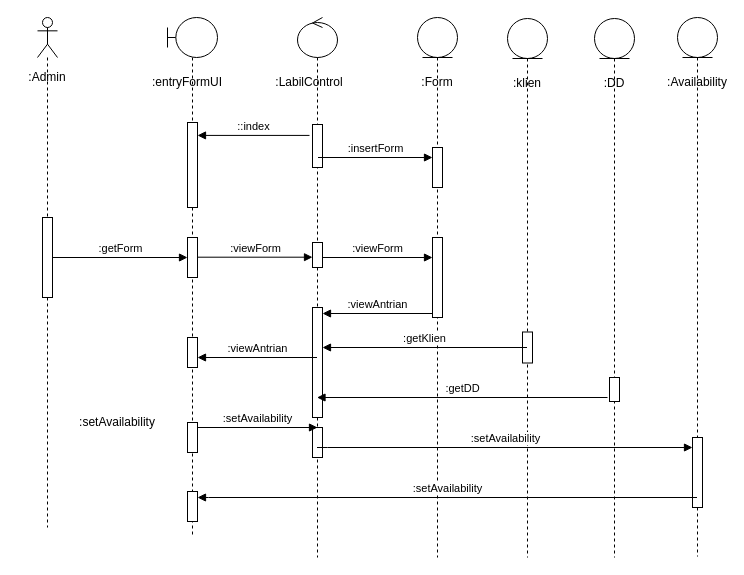
This is Mini-Proj/Seq-MM-2.drawio from mahesri/uml_ads_sms3, a draw.io file, before an edit. Source tidied: cells renumbered, new cells numbered last; positions are measured from the earlier drawing's top-left corner, leaving out a move shared by most shapes. Both pictures are drawn from the tidied source at 100%, with x=0, y=0 at pixel (17, 17).
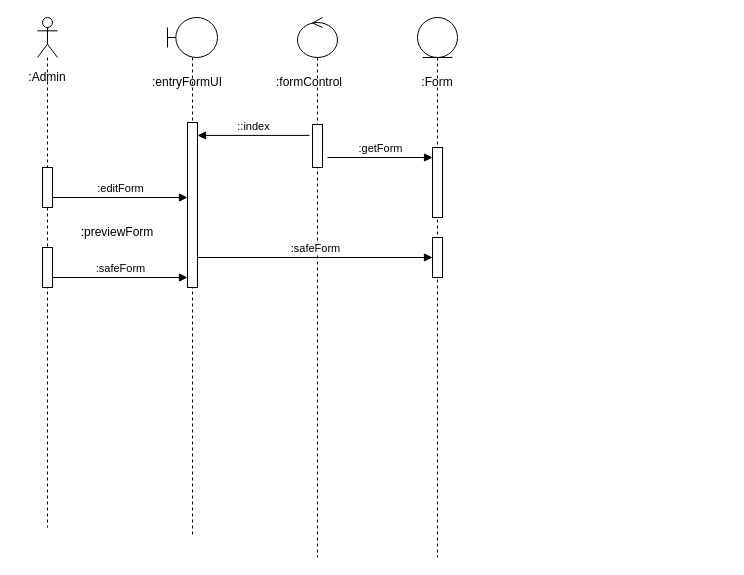
After the change.

Unchanged cells that the change refers to:
```xml
<mxCell id="2" style="shape=umlLifeline;perimeter=lifelinePerimeter;whiteSpace=wrap;html=1;newEdgeStyle={&quot;curved&quot;:0,&quot;rounded&quot;:0};participant=umlActor;" parent="1" vertex="1">
  <mxGeometry x="20" width="20" height="510" as="geometry" />
</mxCell>
<mxCell id="5" style="shape=umlLifeline;perimeter=lifelinePerimeter;whiteSpace=wrap;html=1;outlineConnect=0;portConstraint=eastwest;newEdgeStyle={&quot;curved&quot;:0,&quot;rounded&quot;:0};participant=umlBoundary;" parent="1" vertex="1">
  <mxGeometry x="150" width="50" height="520" as="geometry" />
</mxCell>
<mxCell id="10" style="shape=umlLifeline;perimeter=lifelinePerimeter;whiteSpace=wrap;html=1;outlineConnect=0;portConstraint=eastwest;newEdgeStyle={&quot;curved&quot;:0,&quot;rounded&quot;:0};participant=umlControl;" parent="1" vertex="1">
  <mxGeometry x="280" width="40" height="540" as="geometry" />
</mxCell>
<mxCell id="19" style="shape=umlLifeline;perimeter=lifelinePerimeter;whiteSpace=wrap;html=1;newEdgeStyle={&quot;curved&quot;:0,&quot;rounded&quot;:0};participant=umlEntity;" parent="1" vertex="1">
  <mxGeometry x="400" width="40" height="540" as="geometry" />
</mxCell>
```

Diff of the diagram source:
```diff
@@
+    <mxCell id="27" style="html=1;points=[[0,0,0,0,5],[0,1,0,0,-5],[1,0,0,0,5],[1,1,0,0,-5]];perimeter=orthogonalPerimeter;outlineConnect=0;targetShapes=umlLifeline;portConstraint=eastwest;newEdgeStyle={&quot;curved&quot;:0,&quot;rounded&quot;:0};" parent="2" vertex="1">
+      <mxGeometry x="5" y="150" width="10" height="40" as="geometry" />
+    </mxCell>
@@
-    <mxCell id="4" value=":LabilControl" style="text;html=1;strokeColor=none;fillColor=none;align=center;verticalAlign=middle;whiteSpace=wrap;rounded=0;" parent="1" vertex="1">
+    <mxCell id="4" value=":formControl" style="text;html=1;strokeColor=none;fillColor=none;align=center;verticalAlign=middle;whiteSpace=wrap;rounded=0;" parent="1" vertex="1">
       <mxGeometry x="262" y="50" width="60" height="30" as="geometry" />
     </mxCell>
@@
-    <mxCell id="6" style="html=1;points=[[0,0,0,0,5],[0,1,0,0,-5],[1,0,0,0,5],[1,1,0,0,-5]];perimeter=orthogonalPerimeter;outlineConnect=0;targetShapes=umlLifeline;portConstraint=eastwest;newEdgeStyle={&quot;curved&quot;:0,&quot;rounded&quot;:0};" parent="5" vertex="1">
-      <mxGeometry x="20" y="405" width="10" height="30" as="geometry" />
-    </mxCell>
-    <mxCell id="7" style="html=1;verticalAlign=bottom;endArrow=none;curved=0;rounded=0;endFill=0;startArrow=block;startFill=1;" parent="5" edge="1" source="5" target="6">
-      <mxGeometry relative="1" as="geometry" />
-    </mxCell>
-    <mxCell id="8" style="html=1;perimeter=orthogonalPerimeter;targetShapes=umlLifeline;newEdgeStyle={&quot;curved&quot;:0,&quot;rounded&quot;:0};" parent="5" vertex="1">
-      <mxGeometry x="20" y="474" width="10" height="30" as="geometry" />
-    </mxCell>
@@
-    <mxCell id="12" style="html=1;points=[[0,0,0,0,5],[0,1,0,0,-5],[1,0,0,0,5],[1,1,0,0,-5]];perimeter=orthogonalPerimeter;outlineConnect=0;targetShapes=umlLifeline;portConstraint=eastwest;newEdgeStyle={&quot;curved&quot;:0,&quot;rounded&quot;:0};" parent="10" vertex="1">
-      <mxGeometry x="15" y="225" width="10" height="25" as="geometry" />
-    </mxCell>
-    <mxCell id="13" style="html=1;perimeter=orthogonalPerimeter;targetShapes=umlLifeline;newEdgeStyle={&quot;curved&quot;:0,&quot;rounded&quot;:0};" parent="10" vertex="1">
-      <mxGeometry x="15" y="290" width="10" height="110" as="geometry" />
-    </mxCell>
-    <mxCell id="14" style="html=1;perimeter=orthogonalPerimeter;targetShapes=umlLifeline;newEdgeStyle={&quot;curved&quot;:0,&quot;rounded&quot;:0};" parent="10" vertex="1">
-      <mxGeometry x="15" y="410" width="10" height="30" as="geometry" />
-    </mxCell>
@@
-    <mxCell id="16" value=":insertForm" style="html=1;verticalAlign=bottom;endArrow=block;curved=0;rounded=0;" parent="1" edge="1">
+    <mxCell id="16" value=":getForm" style="html=1;verticalAlign=bottom;endArrow=block;curved=0;rounded=0;" parent="1" edge="1">
       <mxGeometry relative="1" as="geometry">
-        <mxPoint x="300.5" y="140" as="sourcePoint" />
+        <mxPoint x="310" y="140" as="sourcePoint" />
         <mxPoint x="415" y="140" as="targetPoint" />
       </mxGeometry>
     </mxCell>
-    <mxCell id="17" value=":DD" style="text;html=1;strokeColor=none;fillColor=none;align=center;verticalAlign=middle;whiteSpace=wrap;rounded=0;" parent="1" vertex="1">
-      <mxGeometry x="567" y="51" width="60" height="30" as="geometry" />
-    </mxCell>
@@
     <mxCell id="21" style="html=1;perimeter=orthogonalPerimeter;targetShapes=umlLifeline;newEdgeStyle={&quot;curved&quot;:0,&quot;rounded&quot;:0};" parent="19" vertex="1">
-      <mxGeometry x="15" y="220" width="10" height="80" as="geometry" />
+      <mxGeometry x="15" y="220" width="10" height="40" as="geometry" />
     </mxCell>
     <mxCell id="22" style="html=1;points=[[0,0,0,0,5],[0,1,0,0,-5],[1,0,0,0,5],[1,1,0,0,-5]];perimeter=orthogonalPerimeter;outlineConnect=0;targetShapes=umlLifeline;portConstraint=eastwest;newEdgeStyle={&quot;curved&quot;:0,&quot;rounded&quot;:0};" parent="1" vertex="1">
-      <mxGeometry x="170" y="105" width="10" height="85" as="geometry" />
+      <mxGeometry x="170" y="105" width="10" height="165" as="geometry" />
     </mxCell>
@@
     <mxCell id="24" style="html=1;points=[[0,0,0,0,5],[0,1,0,0,-5],[1,0,0,0,5],[1,1,0,0,-5]];perimeter=orthogonalPerimeter;outlineConnect=0;targetShapes=umlLifeline;portConstraint=eastwest;newEdgeStyle={&quot;curved&quot;:0,&quot;rounded&quot;:0};" parent="1" vertex="1">
-      <mxGeometry x="415" y="130" width="10" height="40" as="geometry" />
+      <mxGeometry x="415" y="130" width="10" height="70" as="geometry" />
     </mxCell>
-    <mxCell id="25" style="html=1;points=[[0,0,0,0,5],[0,1,0,0,-5],[1,0,0,0,5],[1,1,0,0,-5]];perimeter=orthogonalPerimeter;outlineConnect=0;targetShapes=umlLifeline;portConstraint=eastwest;newEdgeStyle={&quot;curved&quot;:0,&quot;rounded&quot;:0};" parent="1" vertex="1">
-      <mxGeometry x="170" y="220" width="10" height="40" as="geometry" />
-    </mxCell>
-    <mxCell id="26" value=":getForm&lt;br&gt;" style="html=1;verticalAlign=bottom;endArrow=block;curved=0;rounded=0;" parent="1" edge="1" source="27" target="25">
-      <mxGeometry relative="1" as="geometry" />
+    <mxCell id="26" value=":editForm" style="html=1;verticalAlign=bottom;endArrow=block;curved=0;rounded=0;" parent="1" edge="1">
+      <mxGeometry relative="1" as="geometry">
+        <mxPoint x="35" y="180" as="sourcePoint" />
+        <mxPoint x="170" y="180" as="targetPoint" />
+      </mxGeometry>
     </mxCell>
-    <mxCell id="27" style="html=1;points=[[0,0,0,0,5],[0,1,0,0,-5],[1,0,0,0,5],[1,1,0,0,-5]];perimeter=orthogonalPerimeter;outlineConnect=0;targetShapes=umlLifeline;portConstraint=eastwest;newEdgeStyle={&quot;curved&quot;:0,&quot;rounded&quot;:0};" parent="1" vertex="1">
-      <mxGeometry x="25" y="200" width="10" height="80" as="geometry" />
-    </mxCell>
-    <mxCell id="28" value=":viewForm" style="html=1;verticalAlign=bottom;endArrow=block;curved=0;rounded=0;" parent="1" edge="1" target="12">
-      <mxGeometry relative="1" as="geometry">
-        <mxPoint x="180" y="239.7" as="sourcePoint" />
-      </mxGeometry>
-    </mxCell>
-    <mxCell id="29" value=":viewForm" style="html=1;verticalAlign=bottom;endArrow=block;curved=0;rounded=0;" parent="1" edge="1" source="12">
-      <mxGeometry relative="1" as="geometry">
-        <mxPoint x="415" y="240" as="targetPoint" />
-      </mxGeometry>
-    </mxCell>
-    <mxCell id="30" style="shape=umlLifeline;perimeter=lifelinePerimeter;whiteSpace=wrap;html=1;outlineConnect=0;portConstraint=eastwest;newEdgeStyle={&quot;curved&quot;:0,&quot;rounded&quot;:0};participant=umlEntity;" parent="1" vertex="1">
-      <mxGeometry x="490" y="1" width="40" height="539" as="geometry" />
-    </mxCell>
-    <mxCell id="31" style="html=1;perimeter=orthogonalPerimeter;targetShapes=umlLifeline;newEdgeStyle={&quot;curved&quot;:0,&quot;rounded&quot;:0};" parent="30" vertex="1">
-      <mxGeometry x="15" y="313.5" width="10" height="31" as="geometry" />
-    </mxCell>
-    <mxCell id="32" value=":klien" style="text;html=1;strokeColor=none;fillColor=none;align=center;verticalAlign=middle;whiteSpace=wrap;rounded=0;" parent="1" vertex="1">
-      <mxGeometry x="480" y="51" width="60" height="30" as="geometry" />
-    </mxCell>
-    <mxCell id="33" style="shape=umlLifeline;perimeter=lifelinePerimeter;whiteSpace=wrap;html=1;newEdgeStyle={&quot;curved&quot;:0,&quot;rounded&quot;:0};participant=umlEntity;" parent="1" vertex="1">
-      <mxGeometry x="577" y="1" width="40" height="539" as="geometry" />
-    </mxCell>
-    <mxCell id="34" style="html=1;perimeter=orthogonalPerimeter;targetShapes=umlLifeline;newEdgeStyle={&quot;curved&quot;:0,&quot;rounded&quot;:0};" parent="33" vertex="1">
-      <mxGeometry x="15" y="359" width="10" height="24" as="geometry" />
-    </mxCell>
-    <mxCell id="35" style="shape=umlLifeline;perimeter=lifelinePerimeter;whiteSpace=wrap;html=1;outlineConnect=0;portConstraint=eastwest;newEdgeStyle={&quot;curved&quot;:0,&quot;rounded&quot;:0};participant=umlEntity;" parent="1" vertex="1">
-      <mxGeometry x="660" width="40" height="539" as="geometry" />
-    </mxCell>
-    <mxCell id="36" style="html=1;points=[[0,0,0,0,5],[0,1,0,0,-5],[1,0,0,0,5],[1,1,0,0,-5]];perimeter=orthogonalPerimeter;outlineConnect=0;targetShapes=umlLifeline;portConstraint=eastwest;newEdgeStyle={&quot;curved&quot;:0,&quot;rounded&quot;:0};" parent="35" vertex="1">
-      <mxGeometry x="15" y="420" width="10" height="70" as="geometry" />
-    </mxCell>
-    <mxCell id="37" value=":Availability" style="text;html=1;strokeColor=none;fillColor=none;align=center;verticalAlign=middle;whiteSpace=wrap;rounded=0;" parent="1" vertex="1">
-      <mxGeometry x="650" y="50" width="60" height="30" as="geometry" />
-    </mxCell>
-    <mxCell id="38" value=":viewAntrian" style="html=1;verticalAlign=bottom;endArrow=none;curved=0;rounded=0;endFill=0;startArrow=block;startFill=1;" parent="1" edge="1">
+    <mxCell id="38" value=":safeForm" style="html=1;verticalAlign=bottom;endArrow=block;curved=0;rounded=0;endFill=1;startArrow=none;startFill=0;" parent="1" edge="1">
       <mxGeometry relative="1" as="geometry">
-        <mxPoint x="305" y="296" as="sourcePoint" />
-        <mxPoint x="415" y="296" as="targetPoint" />
+        <mxPoint x="180" y="240" as="sourcePoint" />
+        <mxPoint x="415" y="240" as="targetPoint" />
       </mxGeometry>
     </mxCell>
-    <mxCell id="39" value=":getKlien" style="html=1;verticalAlign=bottom;endArrow=none;curved=0;rounded=0;endFill=0;startArrow=block;startFill=1;" parent="1" edge="1" target="30">
-      <mxGeometry relative="1" as="geometry">
-        <mxPoint x="305" y="330" as="sourcePoint" />
-      </mxGeometry>
-    </mxCell>
-    <mxCell id="40" value=":getDD" style="html=1;verticalAlign=bottom;endArrow=none;curved=0;rounded=0;endFill=0;startArrow=block;startFill=1;" parent="1" edge="1" source="10">
-      <mxGeometry relative="1" as="geometry">
-        <mxPoint x="590" y="380" as="targetPoint" />
-      </mxGeometry>
-    </mxCell>
-    <mxCell id="41" value=":viewAntrian" style="html=1;verticalAlign=bottom;endArrow=none;curved=0;rounded=0;endFill=0;startArrow=block;startFill=1;" parent="1" edge="1" target="10">
-      <mxGeometry relative="1" as="geometry">
-        <mxPoint x="180" y="340" as="sourcePoint" />
-      </mxGeometry>
-    </mxCell>
-    <mxCell id="42" style="html=1;perimeter=orthogonalPerimeter;targetShapes=umlLifeline;newEdgeStyle={&quot;curved&quot;:0,&quot;rounded&quot;:0};" parent="1" vertex="1">
-      <mxGeometry x="170" y="320" width="10" height="30" as="geometry" />
-    </mxCell>
-    <mxCell id="43" value=":setAvailability" style="html=1;verticalAlign=bottom;endArrow=block;curved=0;rounded=0;endFill=1;startArrow=none;startFill=0;" parent="1" edge="1" source="10" target="36">
-      <mxGeometry relative="1" as="geometry">
-        <Array as="points">
-          <mxPoint x="310" y="430" />
-        </Array>
-      </mxGeometry>
-    </mxCell>
-    <mxCell id="44" value=":setAvailability" style="html=1;verticalAlign=bottom;endArrow=block;curved=0;rounded=0;" parent="1" edge="1">
-      <mxGeometry relative="1" as="geometry">
-        <mxPoint x="180" y="410" as="sourcePoint" />
-        <mxPoint x="300" y="410" as="targetPoint" />
-      </mxGeometry>
-    </mxCell>
-    <mxCell id="45" value=":setAvailability" style="text;html=1;strokeColor=none;fillColor=none;align=center;verticalAlign=middle;whiteSpace=wrap;rounded=0;" parent="1" vertex="1">
-      <mxGeometry x="70" y="390" width="60" height="30" as="geometry" />
-    </mxCell>
-    <mxCell id="46" value=":setAvailability" style="html=1;verticalAlign=bottom;endArrow=none;curved=0;rounded=0;endFill=0;startArrow=block;startFill=1;" parent="1" edge="1" target="35">
-      <mxGeometry relative="1" as="geometry">
-        <mxPoint x="180" y="480" as="sourcePoint" />
-        <Array as="points">
-          <mxPoint x="191" y="480" />
-        </Array>
-      </mxGeometry>
-    </mxCell>
+    <mxCell id="47" value=":previewForm" style="text;html=1;strokeColor=none;fillColor=none;align=center;verticalAlign=middle;whiteSpace=wrap;rounded=0;" parent="1" vertex="1">
+      <mxGeometry x="60" y="200" width="80" height="30" as="geometry" />
+    </mxCell>
+    <mxCell id="48" style="html=1;perimeter=orthogonalPerimeter;targetShapes=umlLifeline;newEdgeStyle={&quot;curved&quot;:0,&quot;rounded&quot;:0};" parent="1" vertex="1">
+      <mxGeometry x="25" y="230" width="10" height="40" as="geometry" />
+    </mxCell>
+    <mxCell id="49" value=":safeForm" style="html=1;verticalAlign=bottom;endArrow=block;curved=0;rounded=0;" parent="1" edge="1">
+      <mxGeometry relative="1" as="geometry">
+        <mxPoint x="35" y="260" as="sourcePoint" />
+        <mxPoint x="170" y="260" as="targetPoint" />
+      </mxGeometry>
+    </mxCell>
```
